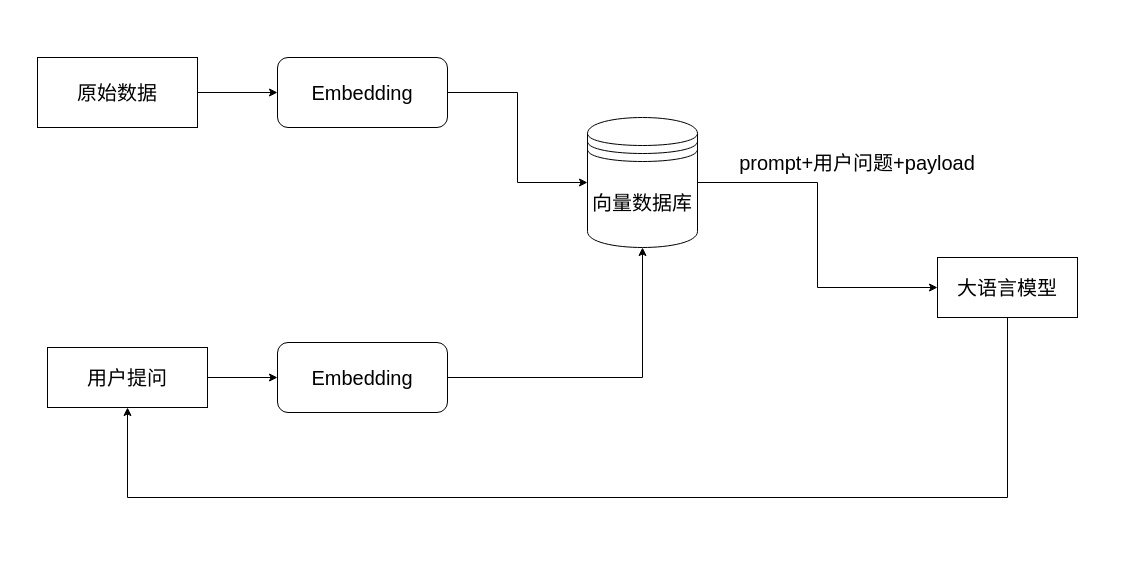
Above: 向量数据库.drawio in lengyueit/paper_pic (draw.io), before the change. Source tidied: cells renumbered, new cells numbered last; positions are measured from the earlier drawing's top-left corner, leaving out a move shared by most shapes. Both pictures are drawn from the tidied source at 100%, with x=0, y=0 at pixel (37, 57).
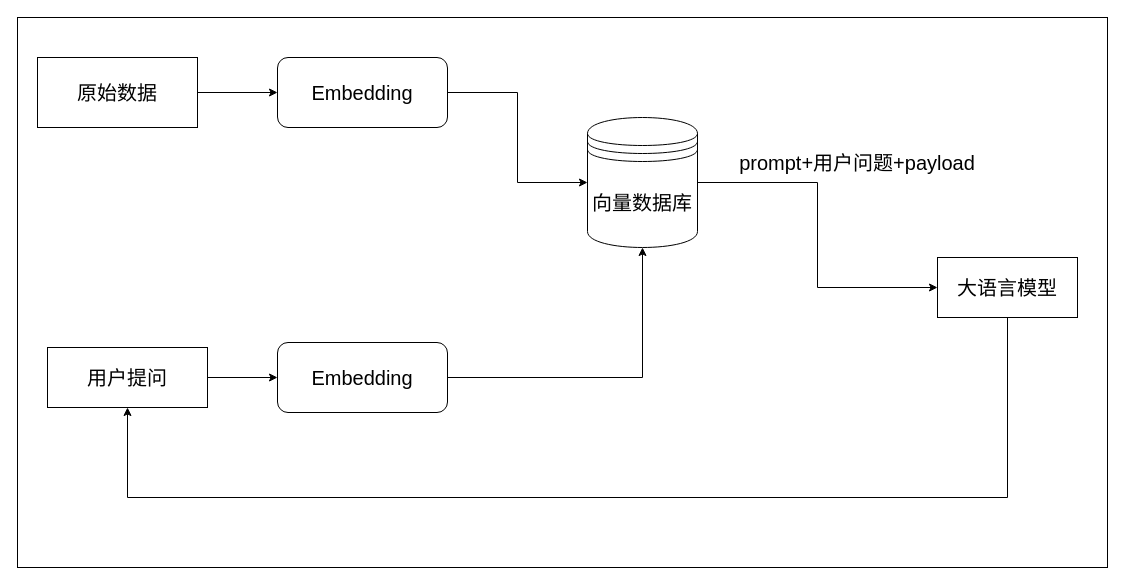
The same diagram, later.

Commit message (it also covers changes not shown here):
更新向量数据库.drawio

Diff of the diagram source:
```diff
@@
 <mxGraphModel>
   <root>
     <mxCell id="0" />
     <mxCell id="1" parent="0" />
+    <mxCell id="15" style="rounded=0;whiteSpace=wrap;html=1;" parent="1" vertex="1">
+      <mxGeometry x="-20" y="-40" width="1090" height="550" as="geometry" />
+    </mxCell>
     <mxCell id="2" style="edgeStyle=orthogonalEdgeStyle;rounded=0;jettySize=auto;html=1;exitX=1;exitY=0.5;exitDx=0;exitDy=0;entryX=0;entryY=0.5;entryDx=0;entryDy=0;" parent="1" edge="1" source="3" target="7">
       <mxGeometry relative="1" as="geometry" />
     </mxCell>
     <mxCell id="3" value="Embedding" style="rounded=1;whiteSpace=wrap;html=1;fontSize=20;" parent="1" vertex="1">
       <mxGeometry x="240" width="170" height="70" as="geometry" />
     </mxCell>
     <mxCell id="4" style="edgeStyle=orthogonalEdgeStyle;rounded=0;jettySize=auto;html=1;exitX=1;exitY=0.5;exitDx=0;exitDy=0;entryX=0;entryY=0.5;entryDx=0;entryDy=0;" parent="1" edge="1" source="5" target="3">
       <mxGeometry relative="1" as="geometry" />
     </mxCell>
     <mxCell id="5" value="原始数据" style="rounded=0;whiteSpace=wrap;html=1;fontSize=20;" parent="1" vertex="1">
       <mxGeometry width="160" height="70" as="geometry" />
     </mxCell>
     <mxCell id="6" style="edgeStyle=orthogonalEdgeStyle;rounded=0;jettySize=auto;html=1;exitX=1;exitY=0.5;exitDx=0;exitDy=0;entryX=0;entryY=0.5;entryDx=0;entryDy=0;" parent="1" edge="1" source="7" target="13">
       <mxGeometry relative="1" as="geometry" />
     </mxCell>
     <mxCell id="7" value="向量数据库" style="shape=datastore;whiteSpace=wrap;html=1;fontSize=20;" parent="1" vertex="1">
       <mxGeometry x="550" y="60" width="110" height="130" as="geometry" />
     </mxCell>
     <mxCell id="8" style="edgeStyle=orthogonalEdgeStyle;rounded=0;jettySize=auto;html=1;exitX=1;exitY=0.5;exitDx=0;exitDy=0;entryX=0;entryY=0.5;entryDx=0;entryDy=0;" parent="1" edge="1" source="9" target="11">
       <mxGeometry relative="1" as="geometry" />
     </mxCell>
     <mxCell id="9" value="用户提问" style="rounded=0;whiteSpace=wrap;html=1;fontSize=20;" parent="1" vertex="1">
       <mxGeometry x="10" y="290" width="160" height="60" as="geometry" />
     </mxCell>
     <mxCell id="10" style="edgeStyle=orthogonalEdgeStyle;rounded=0;jettySize=auto;html=1;exitX=1;exitY=0.5;exitDx=0;exitDy=0;entryX=0.5;entryY=1;entryDx=0;entryDy=0;" parent="1" edge="1" source="11" target="7">
       <mxGeometry relative="1" as="geometry" />
     </mxCell>
     <mxCell id="11" value="Embedding" style="rounded=1;whiteSpace=wrap;html=1;fontSize=20;" parent="1" vertex="1">
       <mxGeometry x="240" y="285" width="170" height="70" as="geometry" />
     </mxCell>
     <mxCell id="12" style="edgeStyle=orthogonalEdgeStyle;rounded=0;jettySize=auto;html=1;exitX=0.5;exitY=1;exitDx=0;exitDy=0;entryX=0.5;entryY=1;entryDx=0;entryDy=0;" parent="1" edge="1" source="13" target="9">
       <mxGeometry relative="1" as="geometry">
         <Array as="points">
           <mxPoint x="970" y="440" />
           <mxPoint x="90" y="440" />
         </Array>
       </mxGeometry>
     </mxCell>
     <mxCell id="13" value="大语言模型" style="rounded=0;whiteSpace=wrap;html=1;fontSize=20;" parent="1" vertex="1">
       <mxGeometry x="900" y="200" width="140" height="60" as="geometry" />
     </mxCell>
     <mxCell id="14" value="prompt+用户问题+payload" style="text;html=1;align=center;verticalAlign=middle;whiteSpace=wrap;rounded=0;fontSize=20;" parent="1" vertex="1">
       <mxGeometry x="700" y="90" width="240" height="30" as="geometry" />
     </mxCell>
   </root>
 </mxGraphModel>
```
